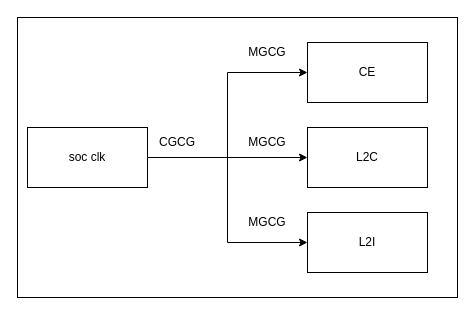
Before: CGCG.drawio in denglin12315/drawio_repo, a draw.io diagram. Source tidied: cells renumbered, new cells numbered last; positions are measured from the earlier drawing's top-left corner, leaving out a move shared by most shapes. Both pictures are drawn from the tidied source at 100%, with x=0, y=0 at pixel (17, 17).
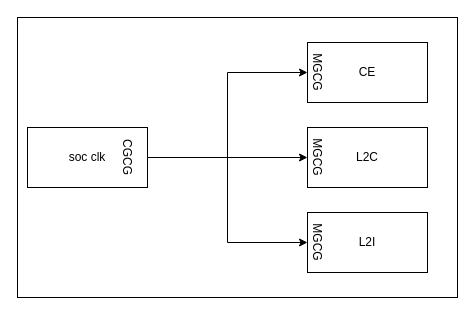
The same diagram, later.

What changed in the source:
```diff
@@
 <mxGraphModel>
   <root>
     <mxCell id="0" />
     <mxCell id="1" parent="0" />
     <mxCell id="2" style="rounded=0;whiteSpace=wrap;html=1;" parent="1" vertex="1">
       <mxGeometry width="440" height="280" as="geometry" />
     </mxCell>
     <mxCell id="3" style="edgeStyle=orthogonalEdgeStyle;rounded=0;jettySize=auto;html=1;entryX=0;entryY=0.5;entryDx=0;entryDy=0;" parent="1" edge="1" source="6" target="7">
       <mxGeometry relative="1" as="geometry" />
     </mxCell>
     <mxCell id="4" style="edgeStyle=orthogonalEdgeStyle;rounded=0;jettySize=auto;html=1;exitX=1;exitY=0.5;exitDx=0;exitDy=0;" parent="1" edge="1" source="6" target="8">
       <mxGeometry relative="1" as="geometry" />
     </mxCell>
     <mxCell id="5" style="edgeStyle=orthogonalEdgeStyle;rounded=0;jettySize=auto;html=1;exitX=1;exitY=0.5;exitDx=0;exitDy=0;entryX=0;entryY=0.5;entryDx=0;entryDy=0;" parent="1" edge="1" source="6" target="9">
       <mxGeometry relative="1" as="geometry" />
     </mxCell>
     <mxCell id="6" value="soc clk" style="rounded=0;whiteSpace=wrap;html=1;" parent="1" vertex="1">
       <mxGeometry x="10" y="110" width="120" height="60" as="geometry" />
     </mxCell>
     <mxCell id="7" value="CE" style="rounded=0;whiteSpace=wrap;html=1;" parent="1" vertex="1">
       <mxGeometry x="290" y="25" width="120" height="60" as="geometry" />
     </mxCell>
     <mxCell id="8" value="L2C" style="rounded=0;whiteSpace=wrap;html=1;" parent="1" vertex="1">
       <mxGeometry x="290" y="110" width="120" height="60" as="geometry" />
     </mxCell>
     <mxCell id="9" value="L2I" style="rounded=0;whiteSpace=wrap;html=1;" parent="1" vertex="1">
       <mxGeometry x="290" y="195" width="120" height="60" as="geometry" />
     </mxCell>
-    <mxCell id="10" value="CGCG" style="text;html=1;whiteSpace=wrap;strokeColor=none;fillColor=none;align=center;verticalAlign=middle;rounded=0;" parent="1" vertex="1">
-      <mxGeometry x="130" y="110" width="60" height="30" as="geometry" />
+    <mxCell id="10" value="CGCG" style="text;html=1;whiteSpace=wrap;strokeColor=none;fillColor=none;align=center;verticalAlign=middle;rounded=0;rotation=90;" parent="1" vertex="1">
+      <mxGeometry x="80" y="125" width="60" height="30" as="geometry" />
     </mxCell>
-    <mxCell id="11" value="MGCG" style="text;html=1;whiteSpace=wrap;strokeColor=none;fillColor=none;align=center;verticalAlign=middle;rounded=0;" parent="1" vertex="1">
-      <mxGeometry x="220" y="190" width="60" height="30" as="geometry" />
+    <mxCell id="11" value="MGCG" style="text;html=1;whiteSpace=wrap;strokeColor=none;fillColor=none;align=center;verticalAlign=middle;rounded=0;rotation=90;" parent="1" vertex="1">
+      <mxGeometry x="270" y="210" width="60" height="30" as="geometry" />
     </mxCell>
-    <mxCell id="12" value="MGCG" style="text;html=1;whiteSpace=wrap;strokeColor=none;fillColor=none;align=center;verticalAlign=middle;rounded=0;" parent="1" vertex="1">
-      <mxGeometry x="220" y="20" width="60" height="30" as="geometry" />
+    <mxCell id="12" value="MGCG" style="text;html=1;whiteSpace=wrap;strokeColor=none;fillColor=none;align=center;verticalAlign=middle;rounded=0;rotation=90;" parent="1" vertex="1">
+      <mxGeometry x="270" y="40" width="60" height="30" as="geometry" />
     </mxCell>
-    <mxCell id="13" value="MGCG" style="text;html=1;whiteSpace=wrap;strokeColor=none;fillColor=none;align=center;verticalAlign=middle;rounded=0;" parent="1" vertex="1">
-      <mxGeometry x="220" y="110" width="60" height="30" as="geometry" />
+    <mxCell id="13" value="MGCG" style="text;html=1;whiteSpace=wrap;strokeColor=none;fillColor=none;align=center;verticalAlign=middle;rounded=0;rotation=90;" parent="1" vertex="1">
+      <mxGeometry x="270" y="125" width="60" height="30" as="geometry" />
     </mxCell>
   </root>
 </mxGraphModel>
```
